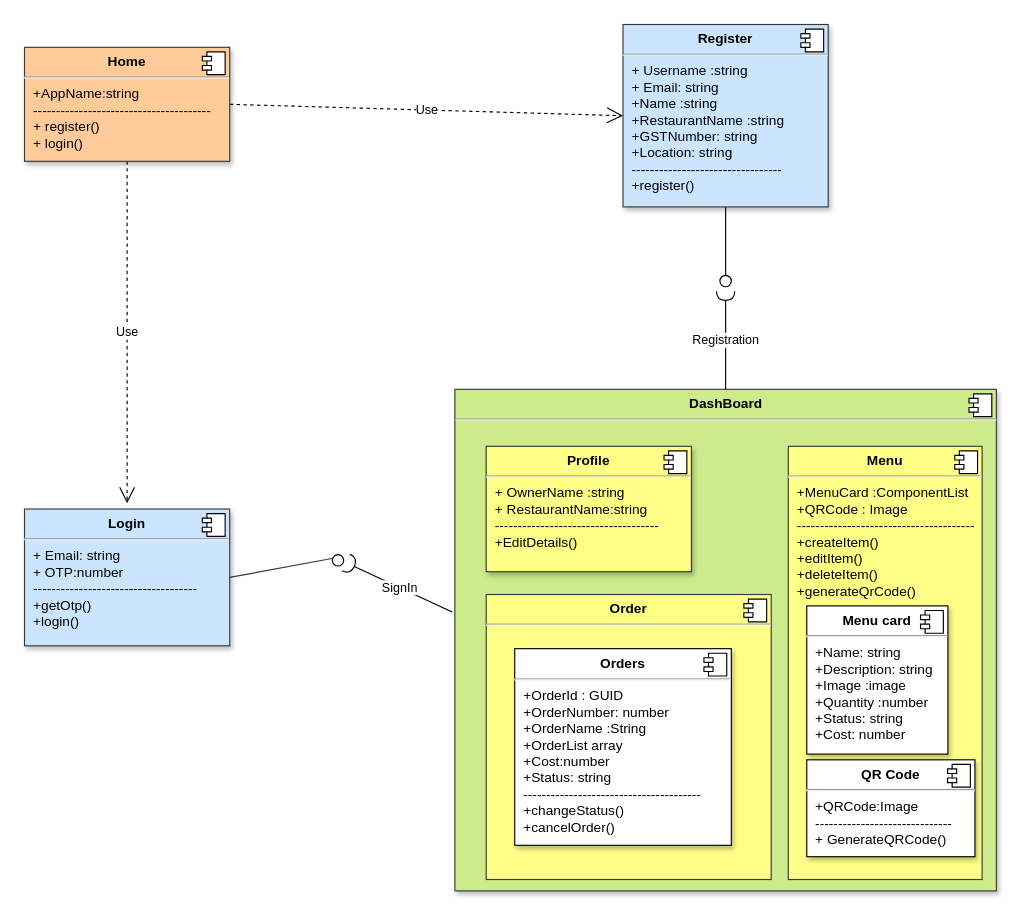
Earlier version of the draw.io diagram aagman-Diagrams/Components-drawio/Owner-UI.drawio (eyeamkd/aagman). Source tidied: cells renumbered, new cells numbered last; positions are measured from the earlier drawing's top-left corner, leaving out a move shared by most shapes. Both pictures are drawn from the tidied source at 114%, with x=0, y=0 at pixel (24, 24).
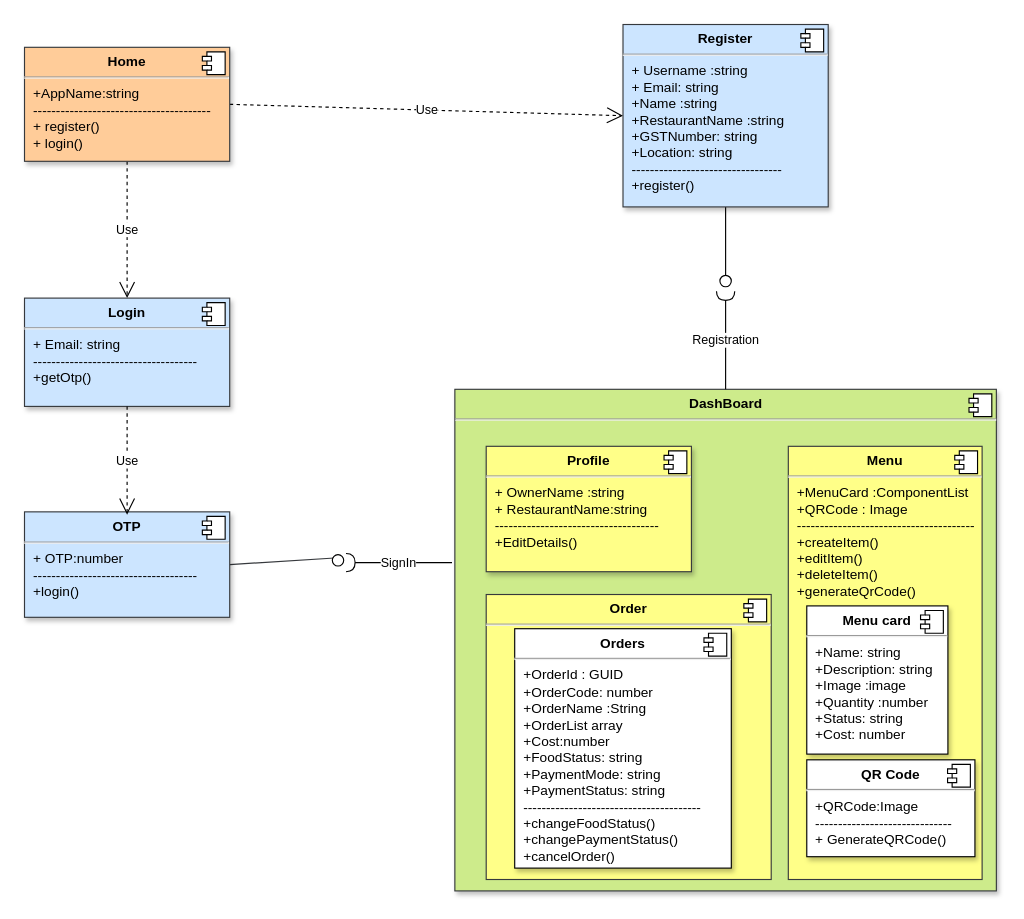
After the change.

The change refers to these unchanged cells:
```xml
<mxCell id="4" value="&lt;p style=&quot;margin: 0px ; margin-top: 6px ; text-align: center&quot;&gt;&lt;b&gt;DashBoard&lt;/b&gt;&lt;/p&gt;&lt;hr&gt;&lt;p style=&quot;margin: 0px ; margin-left: 8px&quot;&gt;&lt;br&gt;&lt;/p&gt;" style="align=left;overflow=fill;html=1;shadow=1;fillColor=#cdeb8b;strokeColor=#36393d;" parent="1" vertex="1">
  <mxGeometry x="377.5" y="320" width="475" height="440" as="geometry" />
</mxCell>
<mxCell id="8" style="ellipse;whiteSpace=wrap;html=1;fontFamily=Helvetica;fontSize=12;fontColor=#000000;align=center;strokeColor=#000000;fillColor=#ffffff;points=[];" parent="1" vertex="1">
  <mxGeometry x="270" y="465" width="10" height="10" as="geometry" />
</mxCell>
<mxCell id="16" value="&lt;p style=&quot;margin: 0px ; margin-top: 6px ; text-align: center&quot;&gt;&lt;b&gt;Home&lt;/b&gt;&lt;/p&gt;&lt;hr&gt;&lt;p style=&quot;margin: 0px ; margin-left: 8px&quot;&gt;+AppName:string&lt;/p&gt;&lt;p style=&quot;margin: 0px ; margin-left: 8px&quot;&gt;---------------------------------------&lt;/p&gt;&lt;p style=&quot;margin: 0px ; margin-left: 8px&quot;&gt;+ register()&lt;br&gt;+ login()&lt;/p&gt;" style="align=left;overflow=fill;html=1;shadow=1;fillColor=#ffcc99;strokeColor=#36393d;" parent="1" vertex="1">
  <mxGeometry y="20" width="180" height="100" as="geometry" />
</mxCell>
```

Change to the diagram source:
```diff
@@
-    <mxCell id="3" value="Use" style="endArrow=open;endSize=12;dashed=1;html=1;entryX=0.5;entryY=0;entryDx=0;entryDy=0;exitX=0.5;exitY=1;exitDx=0;exitDy=0;" parent="1" edge="1" source="16">
-      <mxGeometry relative="1" as="geometry">
-        <mxPoint x="90" y="420" as="targetPoint" />
-      </mxGeometry>
+    <mxCell id="3" value="Use" style="endArrow=open;endSize=12;dashed=1;html=1;entryX=0.5;entryY=0;entryDx=0;entryDy=0;exitX=0.5;exitY=1;exitDx=0;exitDy=0;" parent="1" edge="1" source="16" target="20">
+      <mxGeometry relative="1" as="geometry" />
     </mxCell>
@@
-    <mxCell id="6" style="rounded=0;jettySize=auto;html=1;endArrow=none;endFill=0;exitX=1;exitY=0.5;exitDx=0;exitDy=0;entryX=0.2;entryY=0.3;entryDx=0;entryDy=0;entryPerimeter=0;fillColor=#cce5ff;strokeColor=#36393d;" parent="1" edge="1" source="20" target="8">
+    <mxCell id="6" style="rounded=0;jettySize=auto;html=1;endArrow=none;endFill=0;exitX=1;exitY=0.5;exitDx=0;exitDy=0;entryX=0.2;entryY=0.3;entryDx=0;entryDy=0;entryPerimeter=0;fillColor=#cce5ff;strokeColor=#36393d;" parent="1" edge="1" source="30" target="8">
       <mxGeometry relative="1" as="geometry" />
     </mxCell>
-    <mxCell id="7" value="SignIn" style="rounded=0;jettySize=auto;html=1;endArrow=halfCircle;endFill=0;endSize=6;strokeWidth=1;exitX=-0.005;exitY=0.444;exitDx=0;exitDy=0;entryX=1.2;entryY=0.7;entryDx=0;entryDy=0;entryPerimeter=0;exitPerimeter=0;" parent="1" edge="1" source="4" target="8">
-      <mxGeometry relative="1" as="geometry" />
+    <mxCell id="7" value="SignIn" style="rounded=0;jettySize=auto;html=1;endArrow=halfCircle;endFill=0;endSize=6;strokeWidth=1;entryX=1.2;entryY=0.7;entryDx=0;entryDy=0;entryPerimeter=0;" parent="1" edge="1" target="8">
+      <mxGeometry relative="1" as="geometry">
+        <mxPoint x="375" y="472" as="sourcePoint" />
+      </mxGeometry>
     </mxCell>
@@
-    <mxCell id="20" value="&lt;p style=&quot;margin: 0px ; margin-top: 6px ; text-align: center&quot;&gt;&lt;b&gt;Login&lt;/b&gt;&lt;/p&gt;&lt;hr&gt;&lt;p style=&quot;margin: 0px ; margin-left: 8px&quot;&gt;+ Email: string&lt;br&gt;+ OTP:number&lt;/p&gt;&lt;p style=&quot;margin: 0px ; margin-left: 8px&quot;&gt;------------------------------------&lt;/p&gt;&lt;p style=&quot;margin: 0px ; margin-left: 8px&quot;&gt;+getOtp()&lt;/p&gt;&lt;p style=&quot;margin: 0px ; margin-left: 8px&quot;&gt;+login()&lt;/p&gt;&lt;p style=&quot;margin: 0px ; margin-left: 8px&quot;&gt;&lt;br&gt;&lt;/p&gt;" style="align=left;overflow=fill;html=1;shadow=1;fillColor=#cce5ff;strokeColor=#36393d;" parent="1" vertex="1">
-      <mxGeometry y="425" width="180" height="120" as="geometry" />
+    <mxCell id="20" value="&lt;p style=&quot;margin: 0px ; margin-top: 6px ; text-align: center&quot;&gt;&lt;b&gt;Login&lt;/b&gt;&lt;/p&gt;&lt;hr&gt;&lt;p style=&quot;margin: 0px ; margin-left: 8px&quot;&gt;+ Email: string&lt;br&gt;&lt;/p&gt;&lt;p style=&quot;margin: 0px ; margin-left: 8px&quot;&gt;------------------------------------&lt;/p&gt;&lt;p style=&quot;margin: 0px 0px 0px 8px&quot;&gt;+getOtp()&lt;/p&gt;&lt;div&gt;&lt;br&gt;&lt;/div&gt;" style="align=left;overflow=fill;html=1;shadow=1;fillColor=#cce5ff;strokeColor=#36393d;" parent="1" vertex="1">
+      <mxGeometry y="240" width="180" height="95" as="geometry" />
     </mxCell>
@@
-    <mxCell id="24" value="&lt;p style=&quot;margin: 0px ; margin-top: 6px ; text-align: center&quot;&gt;&lt;b&gt;Orders&lt;/b&gt;&lt;/p&gt;&lt;hr&gt;&lt;p style=&quot;margin: 0px 0px 0px 8px&quot;&gt;+OrderId : GUID&lt;/p&gt;&lt;p style=&quot;margin: 0px 0px 0px 8px&quot;&gt;+OrderNumber: number&lt;/p&gt;&lt;p style=&quot;margin: 0px 0px 0px 8px&quot;&gt;+OrderName :String&lt;/p&gt;&lt;p style=&quot;margin: 0px 0px 0px 8px&quot;&gt;+OrderList array&lt;/p&gt;&lt;p style=&quot;margin: 0px 0px 0px 8px&quot;&gt;+Cost:number&lt;/p&gt;&lt;p style=&quot;margin: 0px 0px 0px 8px&quot;&gt;+Status: string&lt;/p&gt;&lt;p style=&quot;margin: 0px 0px 0px 8px&quot;&gt;---------------------------------------&lt;/p&gt;&lt;p style=&quot;margin: 0px 0px 0px 8px&quot;&gt;+changeStatus()&lt;/p&gt;&lt;p style=&quot;margin: 0px 0px 0px 8px&quot;&gt;+cancelOrder()&lt;/p&gt;&lt;p style=&quot;margin: 0px 0px 0px 8px&quot;&gt;&lt;br&gt;&lt;/p&gt;" style="align=left;overflow=fill;html=1;shadow=1;" parent="1" vertex="1">
-      <mxGeometry x="430" y="547.5" width="190" height="172.5" as="geometry" />
+    <mxCell id="24" value="&lt;p style=&quot;margin: 0px ; margin-top: 6px ; text-align: center&quot;&gt;&lt;b&gt;Orders&lt;/b&gt;&lt;/p&gt;&lt;hr&gt;&lt;p style=&quot;margin: 0px 0px 0px 8px&quot;&gt;+OrderId : GUID&lt;/p&gt;&lt;p style=&quot;margin: 0px 0px 0px 8px&quot;&gt;+OrderCode: number&lt;/p&gt;&lt;p style=&quot;margin: 0px 0px 0px 8px&quot;&gt;+OrderName :String&lt;/p&gt;&lt;p style=&quot;margin: 0px 0px 0px 8px&quot;&gt;+OrderList array&lt;/p&gt;&lt;p style=&quot;margin: 0px 0px 0px 8px&quot;&gt;+Cost:number&lt;/p&gt;&lt;p style=&quot;margin: 0px 0px 0px 8px&quot;&gt;&lt;span&gt;+FoodStatus: string&lt;/span&gt;&lt;br&gt;&lt;/p&gt;&lt;p style=&quot;margin: 0px 0px 0px 8px&quot;&gt;+PaymentMode: string&lt;/p&gt;&lt;p style=&quot;margin: 0px 0px 0px 8px&quot;&gt;+PaymentStatus: string&lt;/p&gt;&lt;p style=&quot;margin: 0px 0px 0px 8px&quot;&gt;---------------------------------------&lt;/p&gt;&lt;p style=&quot;margin: 0px 0px 0px 8px&quot;&gt;+changeFoodStatus()&lt;/p&gt;&lt;p style=&quot;margin: 0px 0px 0px 8px&quot;&gt;+changePaymentStatus()&lt;/p&gt;&lt;p style=&quot;margin: 0px 0px 0px 8px&quot;&gt;+cancelOrder()&lt;/p&gt;&lt;p style=&quot;margin: 0px 0px 0px 8px&quot;&gt;&lt;br&gt;&lt;/p&gt;" style="align=left;overflow=fill;html=1;shadow=1;" parent="1" vertex="1">
+      <mxGeometry x="430" y="530" width="190" height="210" as="geometry" />
     </mxCell>
@@
+    <mxCell id="30" value="&lt;p style=&quot;margin: 0px ; margin-top: 6px ; text-align: center&quot;&gt;&lt;b&gt;OTP&lt;/b&gt;&lt;/p&gt;&lt;hr&gt;&lt;p style=&quot;margin: 0px ; margin-left: 8px&quot;&gt;+ OTP:number&lt;/p&gt;&lt;p style=&quot;margin: 0px ; margin-left: 8px&quot;&gt;------------------------------------&lt;/p&gt;&lt;p style=&quot;margin: 0px ; margin-left: 8px&quot;&gt;&lt;span&gt;+login()&lt;/span&gt;&lt;br&gt;&lt;/p&gt;&lt;p style=&quot;margin: 0px ; margin-left: 8px&quot;&gt;&lt;br&gt;&lt;/p&gt;" style="align=left;overflow=fill;html=1;shadow=1;fillColor=#cce5ff;strokeColor=#36393d;" parent="1" vertex="1">
+      <mxGeometry y="427.5" width="180" height="92.5" as="geometry" />
+    </mxCell>
+    <mxCell id="31" style="shape=component;jettyWidth=8;jettyHeight=4;" parent="30" vertex="1">
+      <mxGeometry x="1" width="20" height="20" relative="1" as="geometry">
+        <mxPoint x="-24" y="4" as="offset" />
+      </mxGeometry>
+    </mxCell>
+    <mxCell id="32" value="Use" style="endArrow=open;endSize=12;dashed=1;html=1;exitX=0.5;exitY=1;exitDx=0;exitDy=0;" parent="1" edge="1" source="20">
+      <mxGeometry relative="1" as="geometry">
+        <mxPoint x="90" y="430" as="targetPoint" />
+      </mxGeometry>
+    </mxCell>
```
